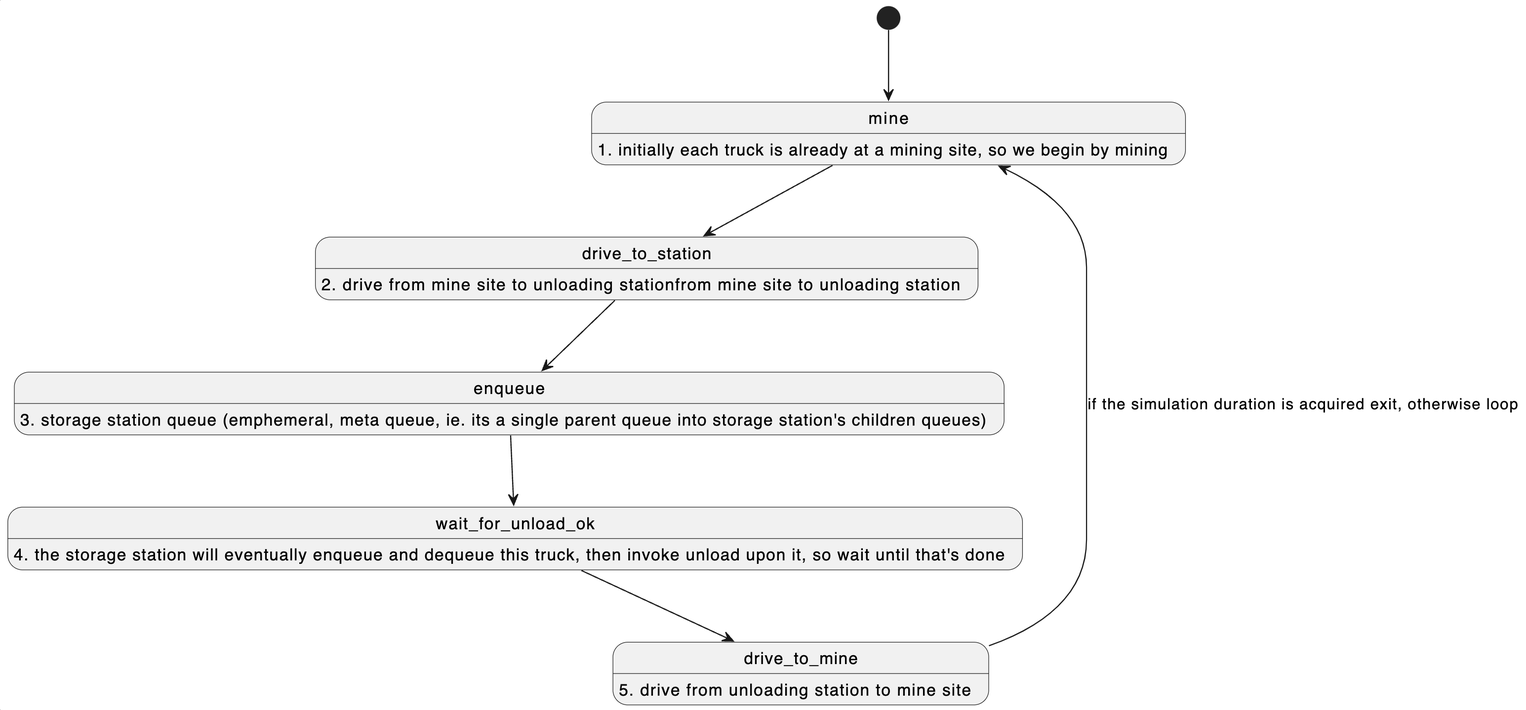
claytonjwong/vast keeps this PlantUML diagram as images/State.png. Above is the earlier version. Its source is kept beside it as docs/State.puml.
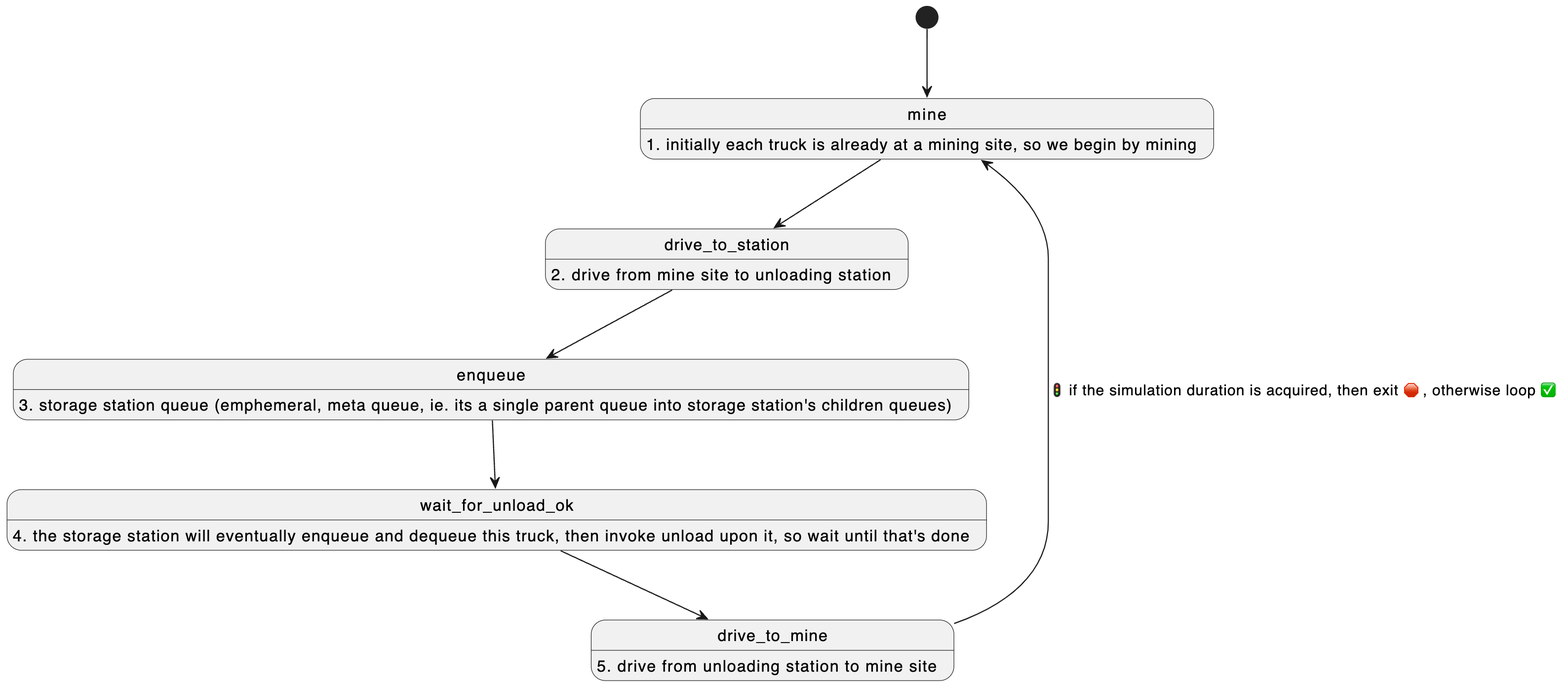
After the change.

Commit message:
fix typo in the state machine diagram

The edit, as a diff of the source:
```diff
@@ -2,7 +2,7 @@
 
 [*] --> mine
 mine : 1. initially each truck is already at a mining site, so we begin by mining
-drive_to_station : 2. drive from mine site to unloading stationfrom mine site to unloading station
+drive_to_station : 2. drive from mine site to unloading station
 enqueue : 3. storage station queue (emphemeral, meta queue, ie. its a single parent queue into storage station's children queues)
 wait_for_unload_ok : 4. the storage station will eventually enqueue and dequeue this truck, then invoke unload upon it, so wait until that's done
 drive_to_mine : 5. drive from unloading station to mine site
@@ -11,5 +11,5 @@
 drive_to_station --> enqueue
 enqueue --> wait_for_unload_ok
 wait_for_unload_ok --> drive_to_mine
-drive_to_mine --> mine : if the simulation duration is acquired exit, otherwise loop
+drive_to_mine --> mine : 🚦if the simulation duration is acquired, then exit 🛑, otherwise loop ✅
 @enduml
```
